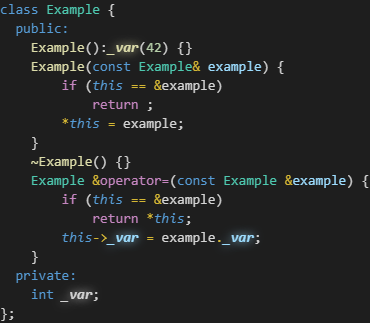
This is images/memberVariableThis.drawio.png from MickaelBlet/highlight-regex, a draw.io export, as it was before one commit. Source tidied: cells renumbered, new cells last; positions are measured from the earlier drawing's top-left corner, leaving out a move shared by most shapes.
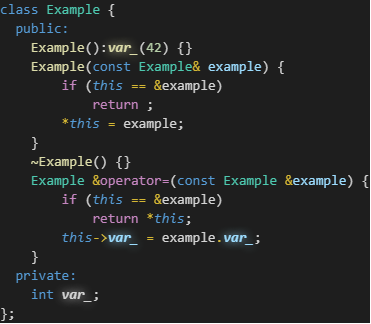
Later version of the same file.

What changed in the source:
```diff
@@ -2,7 +2,7 @@
   <root>
     <mxCell id="0" />
     <mxCell id="1" parent="0" />
-    <mxCell id="2" value="&lt;div style=&quot;color: rgb(212 , 212 , 212) ; background-color: rgb(30 , 30 , 30) ; font-family: &amp;#34;consolas&amp;#34; , &amp;#34;courier new&amp;#34; , monospace ; font-size: 14px ; line-height: 19px&quot;&gt;&lt;div&gt;&lt;span style=&quot;color: #569cd6&quot;&gt;class&lt;/span&gt; &lt;span style=&quot;color: #4ec9b0&quot;&gt;Example&lt;/span&gt; {&lt;/div&gt;&lt;div&gt;&amp;nbsp; &lt;span style=&quot;color: #569cd6&quot;&gt;public:&lt;/span&gt;&lt;/div&gt;&lt;div&gt;&amp;nbsp; &amp;nbsp; &lt;span style=&quot;color: #dcdcaa&quot;&gt;Example&lt;/span&gt;():&lt;span style=&quot;color: #dcdcaa ; font-style: italic ; font-weight: bold ; text-shadow: 0px 0px 10px&quot;&gt;_var&lt;/span&gt;(&lt;span style=&quot;color: #b5cea8&quot;&gt;42&lt;/span&gt;) {}&lt;/div&gt;&lt;div&gt;&amp;nbsp; &amp;nbsp; &lt;span style=&quot;color: #dcdcaa&quot;&gt;Example&lt;/span&gt;(&lt;span style=&quot;color: #569cd6&quot;&gt;const&lt;/span&gt; &lt;span style=&quot;color: #4ec9b0&quot;&gt;Example&lt;/span&gt;&lt;span style=&quot;color: #d5b734&quot;&gt;&amp;amp;&lt;/span&gt; &lt;span style=&quot;color: #9cdcfe&quot;&gt;example&lt;/span&gt;) {&lt;/div&gt;&lt;div&gt;&amp;nbsp; &amp;nbsp; &amp;nbsp; &amp;nbsp; &lt;span style=&quot;color: #c586c0&quot;&gt;if&lt;/span&gt; (&lt;i&gt;&lt;span style=&quot;color: #569cd6&quot;&gt;this&lt;/span&gt; &lt;/i&gt;&lt;span style=&quot;color: #d5b734&quot;&gt;==&lt;/span&gt; &lt;span style=&quot;color: #d5b734&quot;&gt;&amp;amp;&lt;/span&gt;example)&lt;/div&gt;&lt;div&gt;&amp;nbsp; &amp;nbsp; &amp;nbsp; &amp;nbsp; &amp;nbsp; &amp;nbsp; &lt;span style=&quot;color: #c586c0&quot;&gt;return&lt;/span&gt; ;&lt;/div&gt;&lt;div&gt;&amp;nbsp; &amp;nbsp; &amp;nbsp; &amp;nbsp; &lt;span style=&quot;color: #d5b734&quot;&gt;*&lt;/span&gt;&lt;i&gt;&lt;span style=&quot;color: #569cd6&quot;&gt;this&lt;/span&gt; &lt;/i&gt;&lt;span style=&quot;color: #d5b734&quot;&gt;=&lt;/span&gt; example;&lt;/div&gt;&lt;div&gt;&amp;nbsp; &amp;nbsp; }&lt;/div&gt;&lt;div&gt;&amp;nbsp; &amp;nbsp; &lt;span style=&quot;color: #dcdcaa&quot;&gt;~Example&lt;/span&gt;() {}&lt;/div&gt;&lt;div&gt;&amp;nbsp; &amp;nbsp; &lt;span style=&quot;color: #4ec9b0&quot;&gt;Example&lt;/span&gt; &lt;span style=&quot;color: #d5b734&quot;&gt;&amp;amp;&lt;/span&gt;&lt;span style=&quot;color: #c586c0&quot;&gt;operator=&lt;/span&gt;(&lt;span style=&quot;color: #569cd6&quot;&gt;const&lt;/span&gt; &lt;span style=&quot;color: #4ec9b0&quot;&gt;Example&lt;/span&gt; &lt;span style=&quot;color: #d5b734&quot;&gt;&amp;amp;&lt;/span&gt;&lt;span style=&quot;color: #9cdcfe&quot;&gt;example&lt;/span&gt;) {&lt;/div&gt;&lt;div&gt;&amp;nbsp; &amp;nbsp; &amp;nbsp; &amp;nbsp; &lt;span style=&quot;color: #c586c0&quot;&gt;if&lt;/span&gt; (&lt;i&gt;&lt;span style=&quot;color: #569cd6&quot;&gt;this&lt;/span&gt; &lt;/i&gt;&lt;span style=&quot;color: #d5b734&quot;&gt;==&lt;/span&gt; &lt;span style=&quot;color: #d5b734&quot;&gt;&amp;amp;&lt;/span&gt;example)&lt;/div&gt;&lt;div&gt;&amp;nbsp; &amp;nbsp; &amp;nbsp; &amp;nbsp; &amp;nbsp; &amp;nbsp; &lt;span style=&quot;color: #c586c0&quot;&gt;return&lt;/span&gt; &lt;span style=&quot;color: #d5b734&quot;&gt;*&lt;/span&gt;&lt;span style=&quot;color: #569cd6&quot;&gt;&lt;i&gt;this&lt;/i&gt;&lt;/span&gt;;&lt;/div&gt;&lt;div&gt;&amp;nbsp; &amp;nbsp; &amp;nbsp; &amp;nbsp; &lt;span style=&quot;color: #569cd6&quot;&gt;&lt;i&gt;this&lt;/i&gt;&lt;/span&gt;&lt;span style=&quot;color: #d5b734&quot;&gt;-&amp;gt;&lt;/span&gt;&lt;span style=&quot;color: #9cdcfe ; font-style: italic ; font-weight: bold ; text-shadow: 0px 0px 10px&quot;&gt;_var&lt;/span&gt; &lt;span style=&quot;color: #d5b734&quot;&gt;=&lt;/span&gt; example&lt;span style=&quot;color: #d5b734&quot;&gt;.&lt;/span&gt;&lt;span style=&quot;color: #9cdcfe ; font-style: italic ; font-weight: bold ; text-shadow: 0px 0px 10px&quot;&gt;_var&lt;/span&gt;;&lt;/div&gt;&lt;div&gt;&amp;nbsp; &amp;nbsp; }&lt;/div&gt;&lt;div&gt;&amp;nbsp; &lt;span style=&quot;color: #569cd6&quot;&gt;private:&lt;/span&gt;&lt;/div&gt;&lt;div&gt;&amp;nbsp; &amp;nbsp; &lt;span style=&quot;color: #569cd6&quot;&gt;int&lt;/span&gt; &lt;span style=&quot;font-style: italic ; font-weight: bold ; text-shadow: 0px 0px 10px&quot;&gt;_var&lt;/span&gt;;&lt;/div&gt;&lt;div&gt;};&lt;/div&gt;&lt;/div&gt;" style="text;html=1;strokeColor=none;fillColor=none;align=left;verticalAlign=top;whiteSpace=wrap;rounded=0;spacingTop=-5;spacing=0;" parent="1" vertex="1">
+    <mxCell id="2" value="&lt;div style=&quot;color: rgb(212 , 212 , 212) ; background-color: rgb(30 , 30 , 30) ; font-family: &amp;#34;consolas&amp;#34; , &amp;#34;courier new&amp;#34; , monospace ; font-size: 14px ; line-height: 19px&quot;&gt;&lt;div&gt;&lt;span style=&quot;color: #569cd6&quot;&gt;class&lt;/span&gt; &lt;span style=&quot;color: #4ec9b0&quot;&gt;Example&lt;/span&gt; {&lt;/div&gt;&lt;div&gt;&amp;nbsp; &lt;span style=&quot;color: #569cd6&quot;&gt;public:&lt;/span&gt;&lt;/div&gt;&lt;div&gt;&amp;nbsp; &amp;nbsp; &lt;span style=&quot;color: #dcdcaa&quot;&gt;Example&lt;/span&gt;():&lt;span style=&quot;color: #dcdcaa ; font-style: italic ; font-weight: bold ; text-shadow: 0px 0px 10px&quot;&gt;var_&lt;/span&gt;(&lt;span style=&quot;color: #b5cea8&quot;&gt;42&lt;/span&gt;) {}&lt;/div&gt;&lt;div&gt;&amp;nbsp; &amp;nbsp; &lt;span style=&quot;color: #dcdcaa&quot;&gt;Example&lt;/span&gt;(&lt;span style=&quot;color: #569cd6&quot;&gt;const&lt;/span&gt; &lt;span style=&quot;color: #4ec9b0&quot;&gt;Example&lt;/span&gt;&lt;span style=&quot;color: #d5b734&quot;&gt;&amp;amp;&lt;/span&gt; &lt;span style=&quot;color: #9cdcfe&quot;&gt;example&lt;/span&gt;) {&lt;/div&gt;&lt;div&gt;&amp;nbsp; &amp;nbsp; &amp;nbsp; &amp;nbsp; &lt;span style=&quot;color: #c586c0&quot;&gt;if&lt;/span&gt; (&lt;i&gt;&lt;span style=&quot;color: #569cd6&quot;&gt;this&lt;/span&gt; &lt;/i&gt;&lt;span style=&quot;color: #d5b734&quot;&gt;==&lt;/span&gt; &lt;span style=&quot;color: #d5b734&quot;&gt;&amp;amp;&lt;/span&gt;example)&lt;/div&gt;&lt;div&gt;&amp;nbsp; &amp;nbsp; &amp;nbsp; &amp;nbsp; &amp;nbsp; &amp;nbsp; &lt;span style=&quot;color: #c586c0&quot;&gt;return&lt;/span&gt; ;&lt;/div&gt;&lt;div&gt;&amp;nbsp; &amp;nbsp; &amp;nbsp; &amp;nbsp; &lt;span style=&quot;color: #d5b734&quot;&gt;*&lt;/span&gt;&lt;i&gt;&lt;span style=&quot;color: #569cd6&quot;&gt;this&lt;/span&gt; &lt;/i&gt;&lt;span style=&quot;color: #d5b734&quot;&gt;=&lt;/span&gt; example;&lt;/div&gt;&lt;div&gt;&amp;nbsp; &amp;nbsp; }&lt;/div&gt;&lt;div&gt;&amp;nbsp; &amp;nbsp; &lt;span style=&quot;color: #dcdcaa&quot;&gt;~Example&lt;/span&gt;() {}&lt;/div&gt;&lt;div&gt;&amp;nbsp; &amp;nbsp; &lt;span style=&quot;color: #4ec9b0&quot;&gt;Example&lt;/span&gt; &lt;span style=&quot;color: #d5b734&quot;&gt;&amp;amp;&lt;/span&gt;&lt;span style=&quot;color: #c586c0&quot;&gt;operator=&lt;/span&gt;(&lt;span style=&quot;color: #569cd6&quot;&gt;const&lt;/span&gt; &lt;span style=&quot;color: #4ec9b0&quot;&gt;Example&lt;/span&gt; &lt;span style=&quot;color: #d5b734&quot;&gt;&amp;amp;&lt;/span&gt;&lt;span style=&quot;color: #9cdcfe&quot;&gt;example&lt;/span&gt;) {&lt;/div&gt;&lt;div&gt;&amp;nbsp; &amp;nbsp; &amp;nbsp; &amp;nbsp; &lt;span style=&quot;color: #c586c0&quot;&gt;if&lt;/span&gt; (&lt;i&gt;&lt;span style=&quot;color: #569cd6&quot;&gt;this&lt;/span&gt; &lt;/i&gt;&lt;span style=&quot;color: #d5b734&quot;&gt;==&lt;/span&gt; &lt;span style=&quot;color: #d5b734&quot;&gt;&amp;amp;&lt;/span&gt;example)&lt;/div&gt;&lt;div&gt;&amp;nbsp; &amp;nbsp; &amp;nbsp; &amp;nbsp; &amp;nbsp; &amp;nbsp; &lt;span style=&quot;color: #c586c0&quot;&gt;return&lt;/span&gt; &lt;span style=&quot;color: #d5b734&quot;&gt;*&lt;/span&gt;&lt;span style=&quot;color: #569cd6&quot;&gt;&lt;i&gt;this&lt;/i&gt;&lt;/span&gt;;&lt;/div&gt;&lt;div&gt;&amp;nbsp; &amp;nbsp; &amp;nbsp; &amp;nbsp; &lt;span style=&quot;color: #569cd6&quot;&gt;&lt;i&gt;this&lt;/i&gt;&lt;/span&gt;&lt;span style=&quot;color: #d5b734&quot;&gt;-&amp;gt;&lt;/span&gt;&lt;span style=&quot;color: #9cdcfe ; font-style: italic ; font-weight: bold ; text-shadow: 0px 0px 10px&quot;&gt;var_&lt;/span&gt; &lt;span style=&quot;color: #d5b734&quot;&gt;=&lt;/span&gt; example&lt;span style=&quot;color: #d5b734&quot;&gt;.&lt;/span&gt;&lt;span style=&quot;color: #9cdcfe ; font-style: italic ; font-weight: bold ; text-shadow: 0px 0px 10px&quot;&gt;var_&lt;/span&gt;;&lt;/div&gt;&lt;div&gt;&amp;nbsp; &amp;nbsp; }&lt;/div&gt;&lt;div&gt;&amp;nbsp; &lt;span style=&quot;color: #569cd6&quot;&gt;private:&lt;/span&gt;&lt;/div&gt;&lt;div&gt;&amp;nbsp; &amp;nbsp; &lt;span style=&quot;color: #569cd6&quot;&gt;int&lt;/span&gt; &lt;span style=&quot;font-style: italic ; font-weight: bold ; text-shadow: 0px 0px 10px&quot;&gt;var_&lt;/span&gt;;&lt;/div&gt;&lt;div&gt;};&lt;/div&gt;&lt;/div&gt;" style="text;html=1;strokeColor=none;fillColor=none;align=left;verticalAlign=top;whiteSpace=wrap;rounded=0;spacingTop=-5;spacing=0;" parent="1" vertex="1">
       <mxGeometry width="370" height="322" as="geometry" />
     </mxCell>
   </root>
```
